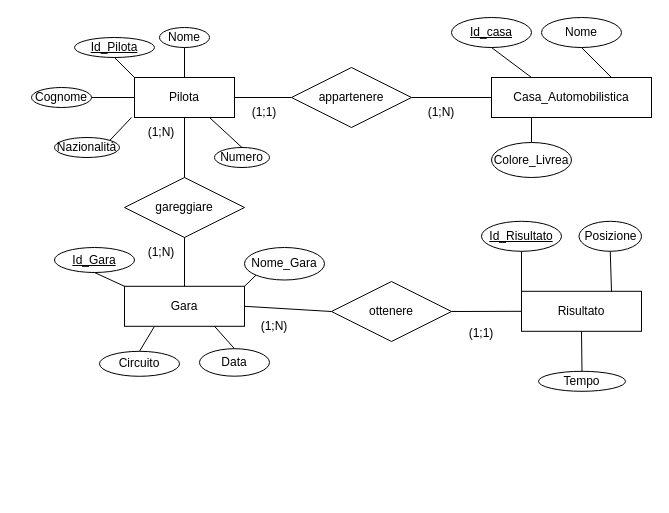
Above: campionatoAuto.drawio in James2-2/informatica-2025-2026 (draw.io), before the change. Source tidied: cells renumbered, new cells numbered last; positions are measured from the earlier drawing's top-left corner, leaving out a move shared by most shapes. Both pictures are drawn from the tidied source at 100%, with x=0, y=0 at pixel (31, 17).
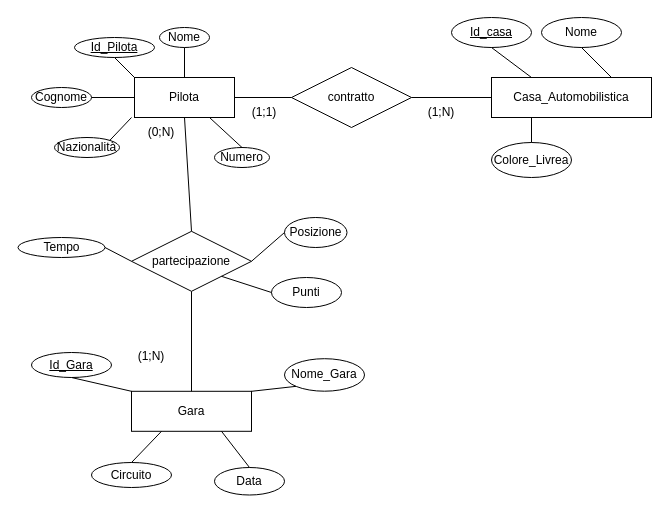
The same diagram, later.

The edit, as a diff of the source:
```diff
@@
     <mxCell id="12" value="Gara" style="whiteSpace=wrap;html=1;align=center;labelBackgroundColor=none;" parent="1" vertex="1">
-      <mxGeometry x="93" y="268.8" width="120" height="40" as="geometry" />
+      <mxGeometry x="100" y="373.8" width="120" height="40" as="geometry" />
     </mxCell>
     <mxCell id="13" value="Id_Gara" style="ellipse;whiteSpace=wrap;html=1;align=center;fontStyle=4;labelBackgroundColor=none;" parent="1" vertex="1">
-      <mxGeometry x="23" y="230" width="80" height="25" as="geometry" />
+      <mxGeometry y="335" width="80" height="25" as="geometry" />
     </mxCell>
     <mxCell id="14" value="Nome_Gara" style="ellipse;whiteSpace=wrap;html=1;align=center;labelBackgroundColor=none;" parent="1" vertex="1">
-      <mxGeometry x="213" y="230" width="80" height="32.5" as="geometry" />
+      <mxGeometry x="253" y="341.2" width="80" height="32.5" as="geometry" />
     </mxCell>
     <mxCell id="15" value="Circuito" style="ellipse;whiteSpace=wrap;html=1;align=center;labelBackgroundColor=none;" parent="1" vertex="1">
-      <mxGeometry x="68" y="333.8" width="80" height="25" as="geometry" />
+      <mxGeometry x="60" y="445" width="80" height="25" as="geometry" />
     </mxCell>
     <mxCell id="16" value="Data" style="ellipse;whiteSpace=wrap;html=1;align=center;labelBackgroundColor=none;" parent="1" vertex="1">
-      <mxGeometry x="168" y="331.2" width="70" height="27.5" as="geometry" />
+      <mxGeometry x="183" y="450" width="70" height="27.5" as="geometry" />
     </mxCell>
-    <mxCell id="17" value="Risultato" style="whiteSpace=wrap;html=1;align=center;labelBackgroundColor=none;" parent="1" vertex="1">
-      <mxGeometry x="490" y="273.8" width="120" height="40" as="geometry" />
-    </mxCell>
-    <mxCell id="18" value="Id_Risultato" style="ellipse;whiteSpace=wrap;html=1;align=center;fontStyle=4;labelBackgroundColor=none;" parent="1" vertex="1">
-      <mxGeometry x="450" y="203.8" width="80" height="30" as="geometry" />
-    </mxCell>
     <mxCell id="19" value="Posizione" style="ellipse;whiteSpace=wrap;html=1;align=center;labelBackgroundColor=none;" parent="1" vertex="1">
-      <mxGeometry x="547.5" y="203.8" width="62.5" height="30" as="geometry" />
+      <mxGeometry x="253" y="200" width="62.5" height="30" as="geometry" />
     </mxCell>
     <mxCell id="20" value="Tempo" style="ellipse;whiteSpace=wrap;html=1;align=center;labelBackgroundColor=none;" parent="1" vertex="1">
-      <mxGeometry x="507" y="353.8" width="87" height="20" as="geometry" />
+      <mxGeometry x="-13.5" y="220" width="87" height="20" as="geometry" />
     </mxCell>
-    <mxCell id="21" value="appartenere" style="shape=rhombus;perimeter=rhombusPerimeter;whiteSpace=wrap;html=1;align=center;labelBackgroundColor=none;" parent="1" vertex="1">
+    <mxCell id="21" value="contratto" style="shape=rhombus;perimeter=rhombusPerimeter;whiteSpace=wrap;html=1;align=center;labelBackgroundColor=none;" parent="1" vertex="1">
       <mxGeometry x="260" y="50" width="120" height="60" as="geometry" />
     </mxCell>
@@
-    <mxCell id="24" value="gareggiare" style="shape=rhombus;perimeter=rhombusPerimeter;whiteSpace=wrap;html=1;align=center;labelBackgroundColor=none;" parent="1" vertex="1">
-      <mxGeometry x="93" y="160" width="120" height="60" as="geometry" />
+    <mxCell id="24" value="partecipazione" style="shape=rhombus;perimeter=rhombusPerimeter;whiteSpace=wrap;html=1;align=center;labelBackgroundColor=none;" parent="1" vertex="1">
+      <mxGeometry x="100" y="213.8" width="120" height="60" as="geometry" />
     </mxCell>
-    <mxCell id="25" value="(1;N)" style="text;html=1;whiteSpace=wrap;strokeColor=none;fillColor=none;align=center;verticalAlign=middle;rounded=0;labelBackgroundColor=none;" parent="1" vertex="1">
+    <mxCell id="25" value="(0;N)" style="text;html=1;whiteSpace=wrap;strokeColor=none;fillColor=none;align=center;verticalAlign=middle;rounded=0;labelBackgroundColor=none;" parent="1" vertex="1">
       <mxGeometry x="100" y="100" width="60" height="30" as="geometry" />
     </mxCell>
     <mxCell id="26" value="(1;N)" style="text;html=1;whiteSpace=wrap;strokeColor=none;fillColor=none;align=center;verticalAlign=middle;rounded=0;labelBackgroundColor=none;" parent="1" vertex="1">
-      <mxGeometry x="100" y="220" width="60" height="30" as="geometry" />
+      <mxGeometry x="90" y="323.8" width="60" height="30" as="geometry" />
     </mxCell>
-    <mxCell id="27" value="ottenere" style="shape=rhombus;perimeter=rhombusPerimeter;whiteSpace=wrap;html=1;align=center;labelBackgroundColor=none;" parent="1" vertex="1">
-      <mxGeometry x="300" y="264" width="120" height="60" as="geometry" />
-    </mxCell>
-    <mxCell id="28" value="(1;N)" style="text;html=1;whiteSpace=wrap;strokeColor=none;fillColor=none;align=center;verticalAlign=middle;rounded=0;labelBackgroundColor=none;" parent="1" vertex="1">
-      <mxGeometry x="213" y="294" width="60" height="30" as="geometry" />
-    </mxCell>
-    <mxCell id="29" value="(1;1)" style="text;html=1;whiteSpace=wrap;strokeColor=none;fillColor=none;align=center;verticalAlign=middle;rounded=0;labelBackgroundColor=none;" parent="1" vertex="1">
-      <mxGeometry x="420" y="301.2" width="60" height="30" as="geometry" />
-    </mxCell>
@@
-    <mxCell id="37" style="endArrow=none;html=1;rounded=0;entryX=0.5;entryY=0;entryDx=0;entryDy=0;exitX=0.5;exitY=1;exitDx=0;exitDy=0;" parent="1" edge="1" source="17" target="20">
-      <mxGeometry relative="1" as="geometry" />
-    </mxCell>
-    <mxCell id="38" style="endArrow=none;html=1;rounded=0;entryX=0.5;entryY=1;entryDx=0;entryDy=0;exitX=0.75;exitY=0;exitDx=0;exitDy=0;" parent="1" edge="1" source="17" target="19">
-      <mxGeometry relative="1" as="geometry" />
-    </mxCell>
-    <mxCell id="39" style="endArrow=none;html=1;rounded=0;entryX=0.5;entryY=1;entryDx=0;entryDy=0;exitX=0;exitY=0;exitDx=0;exitDy=0;" parent="1" edge="1" source="17" target="18">
-      <mxGeometry relative="1" as="geometry" />
-    </mxCell>
-    <mxCell id="40" style="endArrow=none;html=1;rounded=0;entryX=0;entryY=0.5;entryDx=0;entryDy=0;exitX=1;exitY=0.5;exitDx=0;exitDy=0;" parent="1" edge="1" source="27" target="17">
-      <mxGeometry relative="1" as="geometry" />
-    </mxCell>
-    <mxCell id="41" style="endArrow=none;html=1;rounded=0;entryX=1;entryY=0.5;entryDx=0;entryDy=0;exitX=0;exitY=0.5;exitDx=0;exitDy=0;" parent="1" edge="1" source="27" target="12">
-      <mxGeometry relative="1" as="geometry" />
-    </mxCell>
@@
+    <mxCell id="51" style="endArrow=none;html=1;rounded=0;exitX=1;exitY=0.5;exitDx=0;exitDy=0;entryX=0;entryY=0.5;entryDx=0;entryDy=0;" parent="1" edge="1" source="24" target="19">
+      <mxGeometry relative="1" as="geometry" />
+    </mxCell>
+    <mxCell id="52" style="endArrow=none;html=1;rounded=0;exitX=1;exitY=0.5;exitDx=0;exitDy=0;entryX=0;entryY=0.5;entryDx=0;entryDy=0;" parent="1" edge="1" source="20" target="24">
+      <mxGeometry relative="1" as="geometry" />
+    </mxCell>
+    <mxCell id="53" value="Punti" style="ellipse;whiteSpace=wrap;html=1;align=center;labelBackgroundColor=none;" parent="1" vertex="1">
+      <mxGeometry x="240" y="260" width="70" height="30" as="geometry" />
+    </mxCell>
+    <mxCell id="54" style="endArrow=none;html=1;rounded=0;exitX=0;exitY=0.5;exitDx=0;exitDy=0;entryX=1;entryY=1;entryDx=0;entryDy=0;" parent="1" edge="1" source="53" target="24">
+      <mxGeometry relative="1" as="geometry" />
+    </mxCell>
```
